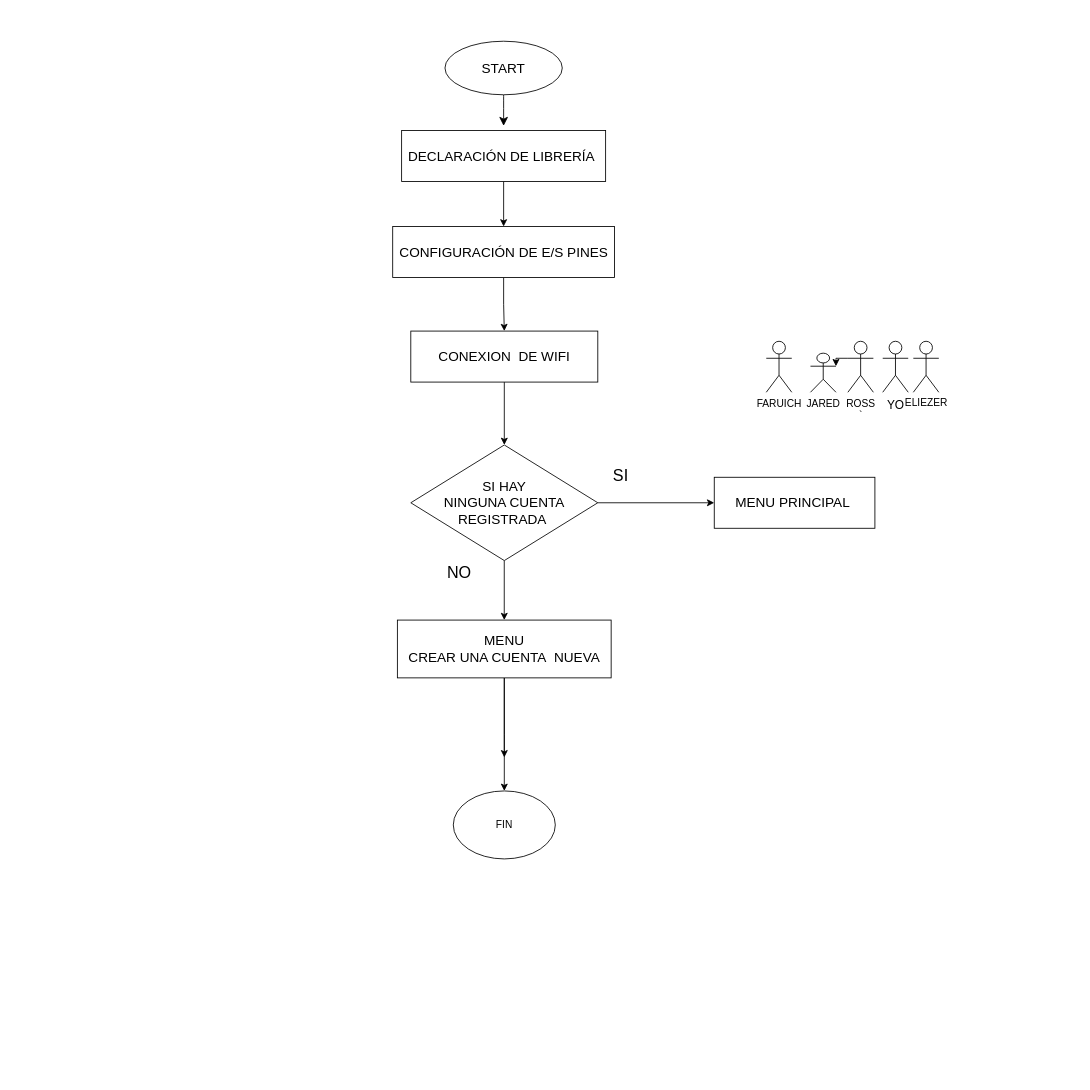
JoseRizo76/esp32 keeps this draw.io diagram as Diagrama sin título.drawio. Above is the earlier version. Source tidied: cells renumbered, new cells numbered last; positions are measured from the earlier drawing's top-left corner, leaving out a move shared by most shapes. Both pictures are drawn from the tidied source at 85%, with x=0, y=0 at pixel (393, 41).
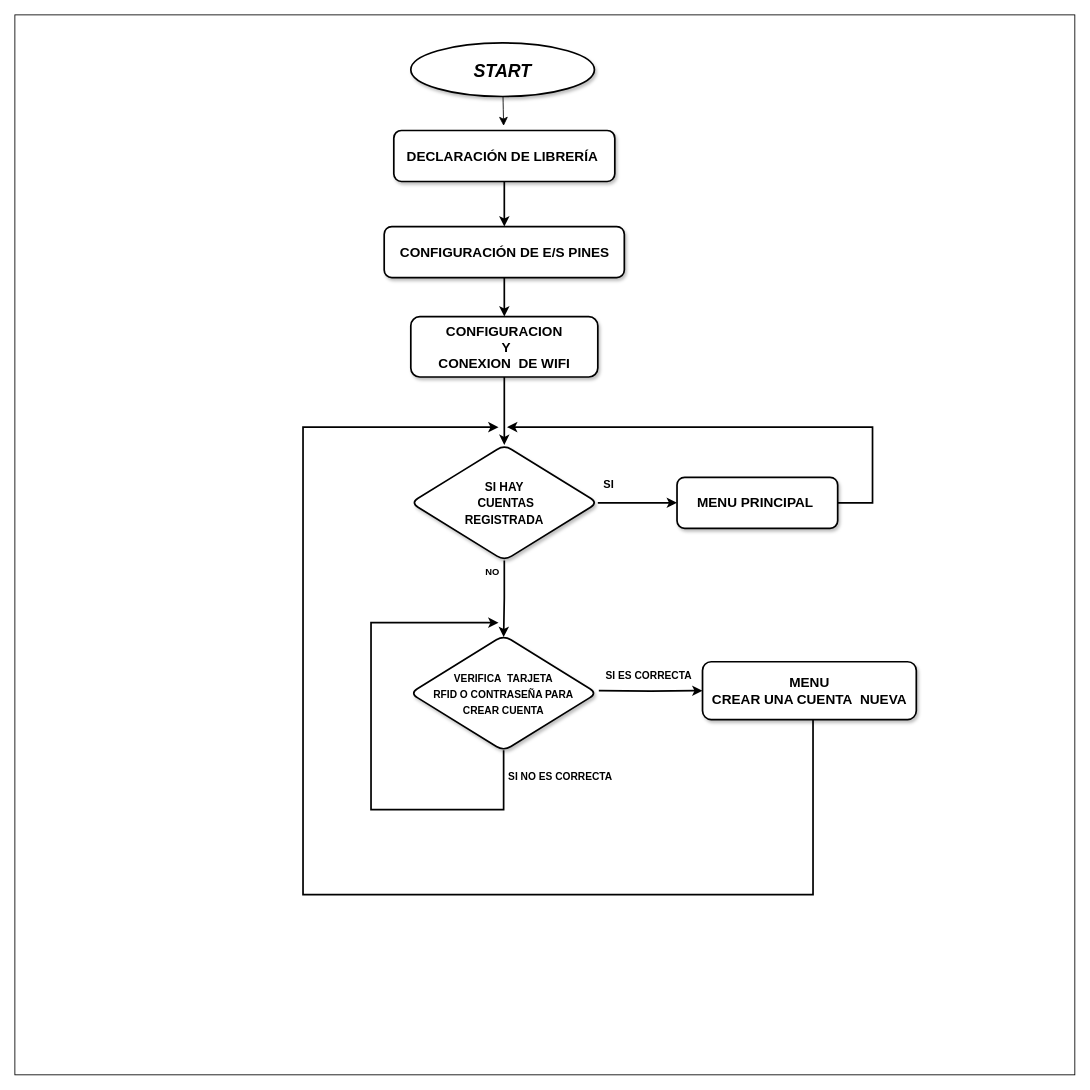
The same page after the edit.

The edit, as a diff of the source:
```diff
@@
+    <mxCell id="27" style="whiteSpace=wrap;html=1;" parent="1" vertex="1">
+      <mxGeometry x="-445" y="-31" width="1247" height="1247" as="geometry" />
+    </mxCell>
@@
-    <mxCell id="3" value="START" style="ellipse;whiteSpace=wrap;html=1;fontSize=16;" parent="1" vertex="1">
-      <mxGeometry x="61" width="138" height="63" as="geometry" />
+    <mxCell id="3" value="&lt;font style=&quot;vertical-align: inherit; font-size: 21px;&quot;&gt;&lt;font style=&quot;vertical-align: inherit; font-size: 21px;&quot;&gt;START&lt;/font&gt;&lt;/font&gt;" style="ellipse;whiteSpace=wrap;html=1;fontSize=21;strokeWidth=2;shadow=1;fontStyle=3;align=center;verticalAlign=middle;" parent="1" vertex="1">
+      <mxGeometry x="20.8" y="2" width="216" height="63" as="geometry" />
     </mxCell>
-    <mxCell id="4" style="edgeStyle=orthogonalEdgeStyle;rounded=0;jettySize=auto;html=1;" parent="1" edge="1" source="5" target="7">
+    <mxCell id="4" style="edgeStyle=orthogonalEdgeStyle;rounded=0;jettySize=auto;html=1;strokeWidth=2;" parent="1" edge="1" source="5" target="7">
       <mxGeometry relative="1" as="geometry" />
     </mxCell>
-    <mxCell id="5" value="DECLARACIÓN DE LIBRERÍA&amp;nbsp;" style="whiteSpace=wrap;html=1;fontSize=16;" parent="1" vertex="1">
-      <mxGeometry x="10" y="105" width="240" height="60" as="geometry" />
+    <mxCell id="5" value="DECLARACIÓN DE LIBRERÍA&amp;nbsp;" style="whiteSpace=wrap;html=1;fontSize=16;shadow=1;rounded=1;strokeWidth=2;fontStyle=1;" parent="1" vertex="1">
+      <mxGeometry x="0.8" y="105" width="260" height="60" as="geometry" />
     </mxCell>
-    <mxCell id="6" style="edgeStyle=orthogonalEdgeStyle;rounded=0;jettySize=auto;html=1;" parent="1" edge="1" source="7" target="19">
+    <mxCell id="6" style="edgeStyle=orthogonalEdgeStyle;rounded=0;jettySize=auto;html=1;strokeWidth=2;" parent="1" edge="1" source="7" target="19">
       <mxGeometry relative="1" as="geometry" />
     </mxCell>
-    <mxCell id="7" value="CONFIGURACIÓN DE E/S PINES" style="whiteSpace=wrap;html=1;fontSize=16;" parent="1" vertex="1">
-      <mxGeometry x="-0.5" y="218" width="261" height="60" as="geometry" />
+    <mxCell id="7" value="CONFIGURACIÓN DE E/S PINES" style="whiteSpace=wrap;html=1;fontSize=16;shadow=1;glass=0;rounded=1;strokeWidth=2;fontStyle=1;" parent="1" vertex="1">
+      <mxGeometry x="-10.5" y="218" width="282.5" height="60" as="geometry" />
     </mxCell>
@@
-    <mxCell id="9" style="edgeStyle=orthogonalEdgeStyle;rounded=0;jettySize=auto;html=1;entryX=0;entryY=0.5;entryDx=0;entryDy=0;" parent="1" edge="1" source="11" target="12">
+    <mxCell id="9" style="edgeStyle=orthogonalEdgeStyle;rounded=0;jettySize=auto;html=1;entryX=0;entryY=0.5;entryDx=0;entryDy=0;strokeWidth=2;" parent="1" edge="1" source="11" target="12">
       <mxGeometry relative="1" as="geometry" />
     </mxCell>
-    <mxCell id="10" style="edgeStyle=orthogonalEdgeStyle;rounded=0;jettySize=auto;html=1;entryX=0.5;entryY=0;entryDx=0;entryDy=0;" parent="1" edge="1" source="11" target="17">
-      <mxGeometry relative="1" as="geometry" />
-    </mxCell>
-    <mxCell id="11" value="SI HAY &lt;br&gt;NINGUNA CUENTA REGISTRADA&amp;nbsp;" style="rhombus;whiteSpace=wrap;html=1;fontSize=16;" parent="1" vertex="1">
+    <mxCell id="11" value="&lt;font style=&quot;vertical-align: inherit; font-size: 15px;&quot;&gt;&lt;font style=&quot;vertical-align: inherit; font-size: 14px;&quot;&gt;&lt;span&gt;SI HAY &lt;br&gt;&amp;nbsp;CUENTAS&lt;br&gt;&amp;nbsp;REGISTRADA&amp;nbsp;&lt;/span&gt;&lt;/font&gt;&lt;/font&gt;" style="rhombus;whiteSpace=wrap;html=1;fontSize=16;rounded=1;shadow=1;strokeWidth=2;fontStyle=1;" parent="1" vertex="1">
       <mxGeometry x="20.8" y="475" width="220" height="136" as="geometry" />
     </mxCell>
+    <mxCell id="28" style="edgeStyle=orthogonalEdgeStyle;rounded=0;jettySize=auto;html=1;strokeWidth=2;" parent="1" edge="1" source="12">
+      <mxGeometry relative="1" as="geometry">
+        <mxPoint x="134" y="454" as="targetPoint" />
+        <Array as="points">
+          <mxPoint x="564" y="454" />
+        </Array>
+      </mxGeometry>
+    </mxCell>
-    <mxCell id="12" value="MENU PRINCIPAL&amp;nbsp;" style="whiteSpace=wrap;html=1;fontSize=16;" parent="1" vertex="1">
-      <mxGeometry x="377.8" y="513" width="189" height="60" as="geometry" />
+    <mxCell id="12" value="MENU PRINCIPAL&amp;nbsp;" style="whiteSpace=wrap;html=1;fontSize=16;strokeWidth=2;shadow=1;rounded=1;fontStyle=1;" parent="1" vertex="1">
+      <mxGeometry x="334" y="513" width="189" height="60" as="geometry" />
     </mxCell>
-    <mxCell id="13" value="SI" style="text;html=1;strokeColor=none;fillColor=none;align=center;verticalAlign=middle;whiteSpace=wrap;rounded=0;fontSize=19;" parent="1" vertex="1">
-      <mxGeometry x="237.8" y="497" width="60" height="30" as="geometry" />
+    <mxCell id="13" value="&lt;font style=&quot;font-size: 13px;&quot;&gt;SI&lt;/font&gt;" style="text;html=1;strokeColor=none;fillColor=none;align=center;verticalAlign=middle;whiteSpace=wrap;rounded=0;fontSize=19;strokeWidth=0;fontStyle=1;" parent="1" vertex="1">
+      <mxGeometry x="224" y="505" width="60" height="30" as="geometry" />
     </mxCell>
-    <mxCell id="14" value="NO&lt;br&gt;" style="text;html=1;strokeColor=none;fillColor=none;align=center;verticalAlign=middle;whiteSpace=wrap;rounded=0;fontSize=19;" parent="1" vertex="1">
-      <mxGeometry x="47.8" y="611" width="60" height="30" as="geometry" />
+    <mxCell id="14" value="&lt;font style=&quot;font-size: 11px;&quot;&gt;NO&lt;/font&gt;" style="text;html=1;strokeColor=none;fillColor=none;align=center;verticalAlign=middle;whiteSpace=wrap;rounded=0;fontSize=19;glass=0;shadow=0;fontStyle=1;" parent="1" vertex="1">
+      <mxGeometry x="87" y="607" width="60" height="30" as="geometry" />
     </mxCell>
-    <mxCell id="15" style="edgeStyle=orthogonalEdgeStyle;rounded=0;jettySize=auto;html=1;entryX=0.5;entryY=0;entryDx=0;entryDy=0;" parent="1" edge="1" source="17" target="26">
-      <mxGeometry relative="1" as="geometry" />
-    </mxCell>
-    <mxCell id="16" style="rounded=0;jettySize=auto;html=1;" parent="1" edge="1" source="17">
-      <mxGeometry relative="1" as="geometry">
-        <mxPoint x="130.8" y="842.5" as="targetPoint" />
-      </mxGeometry>
-    </mxCell>
+    <mxCell id="29" style="edgeStyle=orthogonalEdgeStyle;rounded=0;jettySize=auto;html=1;strokeWidth=2;" parent="1" edge="1" source="17">
+      <mxGeometry relative="1" as="geometry">
+        <mxPoint x="124" y="454" as="targetPoint" />
+        <Array as="points">
+          <mxPoint x="494" y="1004" />
+          <mxPoint x="-106" y="444" />
+        </Array>
+      </mxGeometry>
+    </mxCell>
-    <mxCell id="17" value="&lt;font style=&quot;font-size: 16px;&quot;&gt;MENU &lt;br&gt;CREAR UNA CUENTA&amp;nbsp; NUEVA&lt;/font&gt;" style="rounded=0;whiteSpace=wrap;html=1;" parent="1" vertex="1">
-      <mxGeometry x="5" y="681" width="251.5" height="68" as="geometry" />
+    <mxCell id="17" value="&lt;font style=&quot;font-size: 16px;&quot;&gt;MENU &lt;br&gt;CREAR UNA CUENTA&amp;nbsp; NUEVA&lt;/font&gt;" style="rounded=1;whiteSpace=wrap;html=1;strokeWidth=2;shadow=1;fontStyle=1;" parent="1" vertex="1">
+      <mxGeometry x="364" y="730" width="251.5" height="68" as="geometry" />
     </mxCell>
-    <mxCell id="18" style="edgeStyle=orthogonalEdgeStyle;rounded=0;jettySize=auto;html=1;" parent="1" edge="1" source="19" target="11">
+    <mxCell id="18" style="edgeStyle=orthogonalEdgeStyle;rounded=0;jettySize=auto;html=1;strokeWidth=2;" parent="1" edge="1" source="19" target="11">
       <mxGeometry relative="1" as="geometry" />
     </mxCell>
-    <mxCell id="19" value="CONEXION&amp;nbsp; DE WIFI" style="whiteSpace=wrap;html=1;fontSize=16;" parent="1" vertex="1">
-      <mxGeometry x="20.8" y="341" width="220" height="60" as="geometry" />
+    <mxCell id="19" value="&lt;b&gt;CONFIGURACION&lt;br&gt;&amp;nbsp;Y &lt;br&gt;CONEXION&amp;nbsp; DE WIFI&lt;/b&gt;" style="whiteSpace=wrap;html=1;fontSize=16;rounded=1;shadow=1;strokeWidth=2;" parent="1" vertex="1">
+      <mxGeometry x="20.8" y="324" width="220" height="71" as="geometry" />
     </mxCell>
-    <mxCell id="20" value="FARUICH" style="shape=umlActor;verticalLabelPosition=bottom;verticalAlign=top;html=1;" parent="1" vertex="1">
-      <mxGeometry x="439" y="353" width="30" height="60" as="geometry" />
-    </mxCell>
-    <mxCell id="21" value="JARED&lt;br&gt;" style="shape=umlActor;verticalLabelPosition=bottom;verticalAlign=top;html=1;outlineConnect=0;" parent="1" vertex="1">
-      <mxGeometry x="491" y="367" width="30" height="46" as="geometry" />
-    </mxCell>
-    <mxCell id="22" value="ROSS&lt;br&gt;`" style="shape=umlActor;verticalLabelPosition=bottom;verticalAlign=top;html=1;outlineConnect=0;" parent="1" vertex="1">
-      <mxGeometry x="535" y="353" width="30" height="60" as="geometry" />
-    </mxCell>
-    <mxCell id="23" value="YO" style="shape=umlActor;verticalLabelPosition=bottom;verticalAlign=top;html=1;fontSize=14;" parent="1" vertex="1">
-      <mxGeometry x="576" y="353" width="30" height="60" as="geometry" />
-    </mxCell>
-    <mxCell id="24" value="ELIEZER&lt;br&gt;" style="shape=umlActor;verticalLabelPosition=bottom;verticalAlign=top;html=1;labelBackgroundColor=none;spacing=1;" parent="1" vertex="1">
-      <mxGeometry x="612" y="353" width="30" height="60" as="geometry" />
-    </mxCell>
-    <mxCell id="25" style="edgeStyle=orthogonalEdgeStyle;rounded=0;jettySize=auto;html=1;exitX=0;exitY=0.3333333333333333;exitDx=0;exitDy=0;exitPerimeter=0;entryX=1;entryY=0.3333333333333333;entryDx=0;entryDy=0;entryPerimeter=0;" parent="1" edge="1" source="22" target="21">
-      <mxGeometry relative="1" as="geometry" />
-    </mxCell>
-    <mxCell id="26" value="FIN" style="ellipse;whiteSpace=wrap;html=1;" parent="1" vertex="1">
-      <mxGeometry x="70.8" y="882" width="120" height="80" as="geometry" />
-    </mxCell>
+    <mxCell id="30" style="edgeStyle=orthogonalEdgeStyle;rounded=0;orthogonalLoop=1;jettySize=auto;html=1;strokeWidth=2;" parent="1" edge="1">
+      <mxGeometry relative="1" as="geometry">
+        <mxPoint x="130" y="834" as="sourcePoint" />
+        <mxPoint x="124" y="684" as="targetPoint" />
+        <Array as="points">
+          <mxPoint x="130" y="904" />
+          <mxPoint x="-26" y="904" />
+          <mxPoint x="-26" y="684" />
+        </Array>
+      </mxGeometry>
+    </mxCell>
+    <mxCell id="31" style="edgeStyle=orthogonalEdgeStyle;rounded=0;jettySize=auto;html=1;entryX=0;entryY=0.5;entryDx=0;entryDy=0;strokeWidth=2;" parent="1" edge="1" target="17">
+      <mxGeometry relative="1" as="geometry">
+        <mxPoint x="242" y="764" as="sourcePoint" />
+      </mxGeometry>
+    </mxCell>
+    <mxCell id="32" style="edgeStyle=orthogonalEdgeStyle;rounded=0;jettySize=auto;html=1;entryX=0.5;entryY=0.015;entryDx=0;entryDy=0;entryPerimeter=0;strokeWidth=2;" parent="1" edge="1" source="11" target="35">
+      <mxGeometry relative="1" as="geometry" />
+    </mxCell>
+    <mxCell id="33" value="&lt;font style=&quot;font-size: 12px;&quot;&gt;SI ES&lt;font style=&quot;font-size: 12px;&quot;&gt; &lt;/font&gt;CORRECTA&lt;/font&gt;" style="text;html=1;strokeColor=none;fillColor=none;align=center;verticalAlign=middle;whiteSpace=wrap;rounded=0;fontSize=19;fontStyle=1;" parent="1" vertex="1">
+      <mxGeometry x="199" y="730" width="203.5" height="30" as="geometry" />
+    </mxCell>
+    <mxCell id="34" value="&lt;font style=&quot;font-size: 12px;&quot;&gt;SI NO ES&lt;font style=&quot;font-size: 12px;&quot;&gt; &lt;/font&gt;CORRECTA&lt;br&gt;&lt;/font&gt;" style="text;html=1;strokeColor=none;fillColor=none;align=center;verticalAlign=middle;whiteSpace=wrap;rounded=0;fontSize=19;fontStyle=1;" parent="1" vertex="1">
+      <mxGeometry x="95" y="849" width="203.5" height="30" as="geometry" />
+    </mxCell>
+    <mxCell id="35" value="&lt;font style=&quot;font-size: 12px;&quot;&gt;&lt;span&gt;VERIFICA&amp;nbsp; TARJETA&lt;br style=&quot;border-color: var(--border-color);&quot;&gt;RFID O CONTRASEÑA PARA&lt;br style=&quot;border-color: var(--border-color);&quot;&gt;CREAR CUENTA&lt;/span&gt;&lt;/font&gt;" style="rhombus;whiteSpace=wrap;html=1;fontSize=16;rounded=1;shadow=1;strokeWidth=2;fontStyle=1;" parent="1" vertex="1">
+      <mxGeometry x="20" y="699" width="220" height="136" as="geometry" />
+    </mxCell>
```
